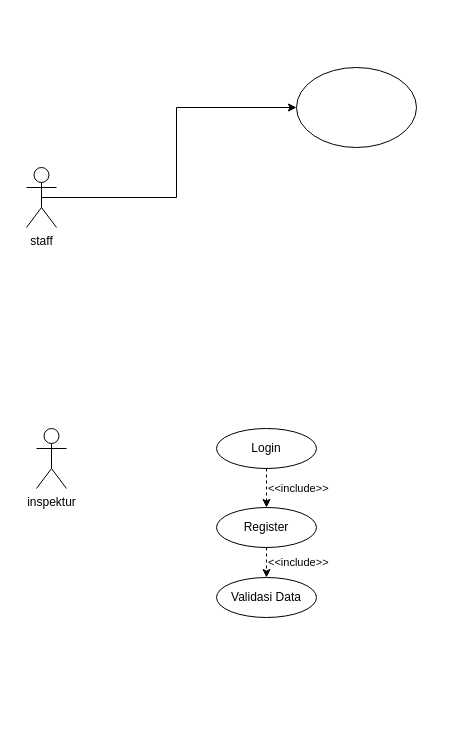
Earlier version of the draw.io diagram use_case_diagram.drawio (sheillendra/arsip-surat). Source tidied: cells renumbered, new cells numbered last; positions are measured from the earlier drawing's top-left corner, leaving out a move shared by most shapes. Both pictures are drawn from the tidied source at 100%, with x=0, y=0 at pixel (26, 67).
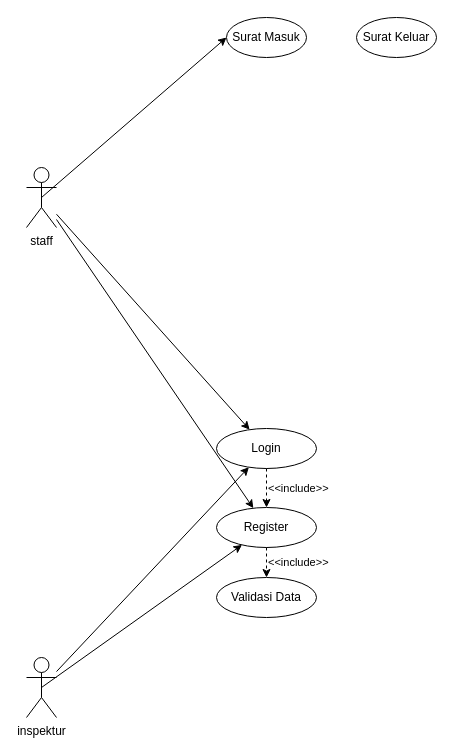
Above is the later version.

Change to the diagram source:
```diff
@@
 <mxGraphModel>
   <root>
     <mxCell id="0" />
     <mxCell id="1" parent="0" />
-    <mxCell id="2" style="edgeStyle=orthogonalEdgeStyle;rounded=0;jettySize=auto;html=1;exitX=0.5;exitY=0.5;exitDx=0;exitDy=0;exitPerimeter=0;entryX=0;entryY=0.5;entryDx=0;entryDy=0;" parent="1" edge="1" source="3" target="4">
+    <mxCell id="2" style="rounded=0;jettySize=auto;html=1;exitX=0.5;exitY=0.5;exitDx=0;exitDy=0;exitPerimeter=0;entryX=0;entryY=0.5;entryDx=0;entryDy=0;" parent="1" edge="1" source="3" target="4">
       <mxGeometry relative="1" as="geometry" />
     </mxCell>
+    <mxCell id="11" style="rounded=0;jettySize=auto;html=1;" parent="1" edge="1" source="3" target="6">
+      <mxGeometry relative="1" as="geometry" />
+    </mxCell>
+    <mxCell id="12" style="rounded=0;jettySize=auto;html=1;" parent="1" edge="1" source="3" target="7">
+      <mxGeometry relative="1" as="geometry" />
+    </mxCell>
     <mxCell id="3" value="staff" style="shape=umlActor;verticalLabelPosition=bottom;verticalAlign=top;html=1;outlineConnect=0;" parent="1" vertex="1">
       <mxGeometry y="100" width="30" height="60" as="geometry" />
     </mxCell>
-    <mxCell id="4" style="ellipse;whiteSpace=wrap;html=1;" parent="1" vertex="1">
-      <mxGeometry x="270" width="120" height="80" as="geometry" />
+    <mxCell id="4" value="Surat Masuk" style="ellipse;whiteSpace=wrap;html=1;" parent="1" vertex="1">
+      <mxGeometry x="200" y="-50" width="80" height="40" as="geometry" />
     </mxCell>
+    <mxCell id="13" style="rounded=0;jettySize=auto;html=1;" parent="1" edge="1" source="5" target="6">
+      <mxGeometry relative="1" as="geometry" />
+    </mxCell>
     <mxCell id="5" value="inspektur" style="shape=umlActor;verticalLabelPosition=bottom;verticalAlign=top;html=1;outlineConnect=0;" parent="1" vertex="1">
-      <mxGeometry x="10" y="361" width="30" height="60" as="geometry" />
+      <mxGeometry y="590" width="30" height="60" as="geometry" />
     </mxCell>
     <mxCell id="6" value="Login" style="ellipse;whiteSpace=wrap;html=1;" parent="1" vertex="1">
       <mxGeometry x="190" y="361" width="100" height="40" as="geometry" />
     </mxCell>
     <mxCell id="7" value="Register" style="ellipse;whiteSpace=wrap;html=1;" parent="1" vertex="1">
       <mxGeometry x="190" y="440" width="100" height="40" as="geometry" />
     </mxCell>
     <mxCell id="8" value="Validasi Data" style="ellipse;whiteSpace=wrap;html=1;" parent="1" vertex="1">
       <mxGeometry x="190" y="510" width="100" height="40" as="geometry" />
     </mxCell>
     <mxCell id="9" value="&amp;lt;&amp;lt;include&amp;gt;&amp;gt;" style="endArrow=classic;html=1;rounded=0;dashed=1;align=left;" parent="1" edge="1" source="6" target="7">
       <mxGeometry relative="1" as="geometry" />
     </mxCell>
     <mxCell id="10" value="&amp;lt;&amp;lt;include&amp;gt;&amp;gt;" style="endArrow=classic;html=1;rounded=0;dashed=1;align=left;entryX=0.5;entryY=0;entryDx=0;entryDy=0;" parent="1" edge="1" source="7" target="8">
       <mxGeometry relative="1" as="geometry" />
     </mxCell>
+    <mxCell id="14" style="rounded=0;jettySize=auto;html=1;exitX=0.5;exitY=0.5;exitDx=0;exitDy=0;exitPerimeter=0;" parent="1" edge="1" source="5" target="7">
+      <mxGeometry relative="1" as="geometry" />
+    </mxCell>
+    <mxCell id="15" value="Surat Keluar" style="ellipse;whiteSpace=wrap;html=1;" parent="1" vertex="1">
+      <mxGeometry x="330" y="-50" width="80" height="40" as="geometry" />
+    </mxCell>
   </root>
 </mxGraphModel>
```
